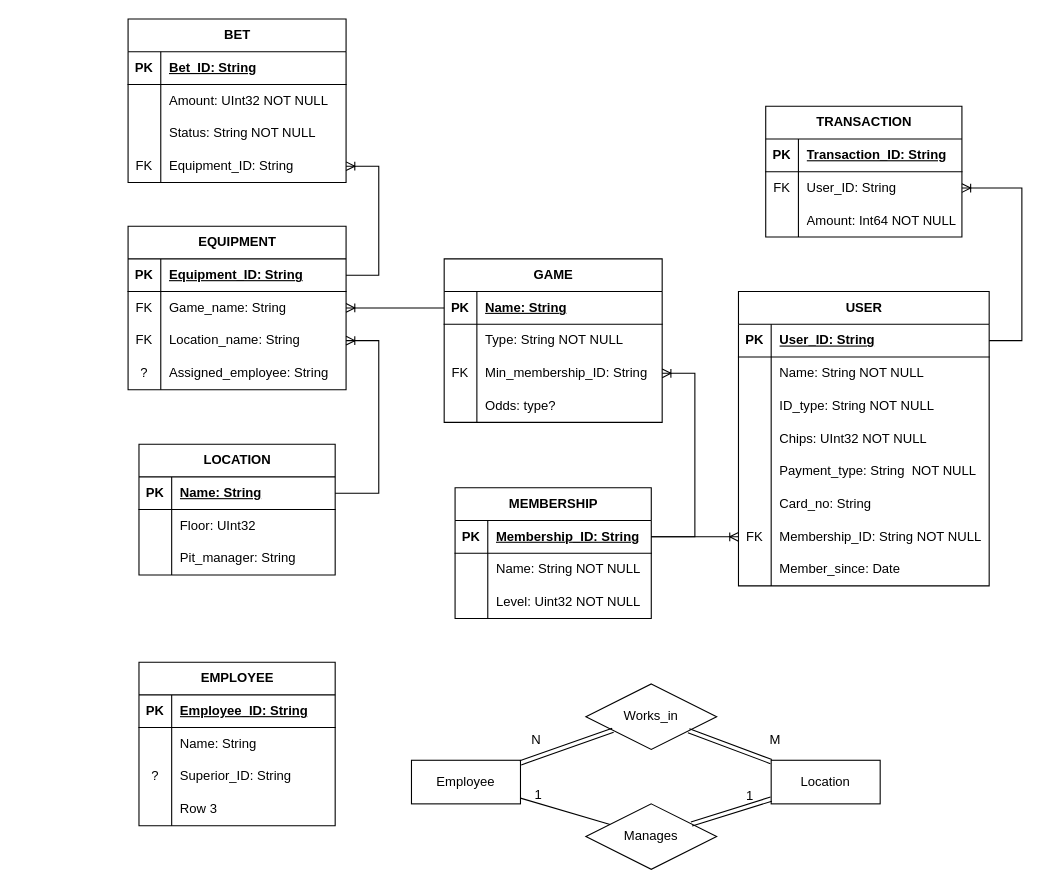
Earlier version of the draw.io diagram docs/CasinoDB.drawio (drussillo/CasinoDB). Source tidied: cells renumbered, new cells numbered last; positions are measured from the earlier drawing's top-left corner, leaving out a move shared by most shapes. Both pictures are drawn from the tidied source at 109%, with x=0, y=0 at pixel (128, 19).
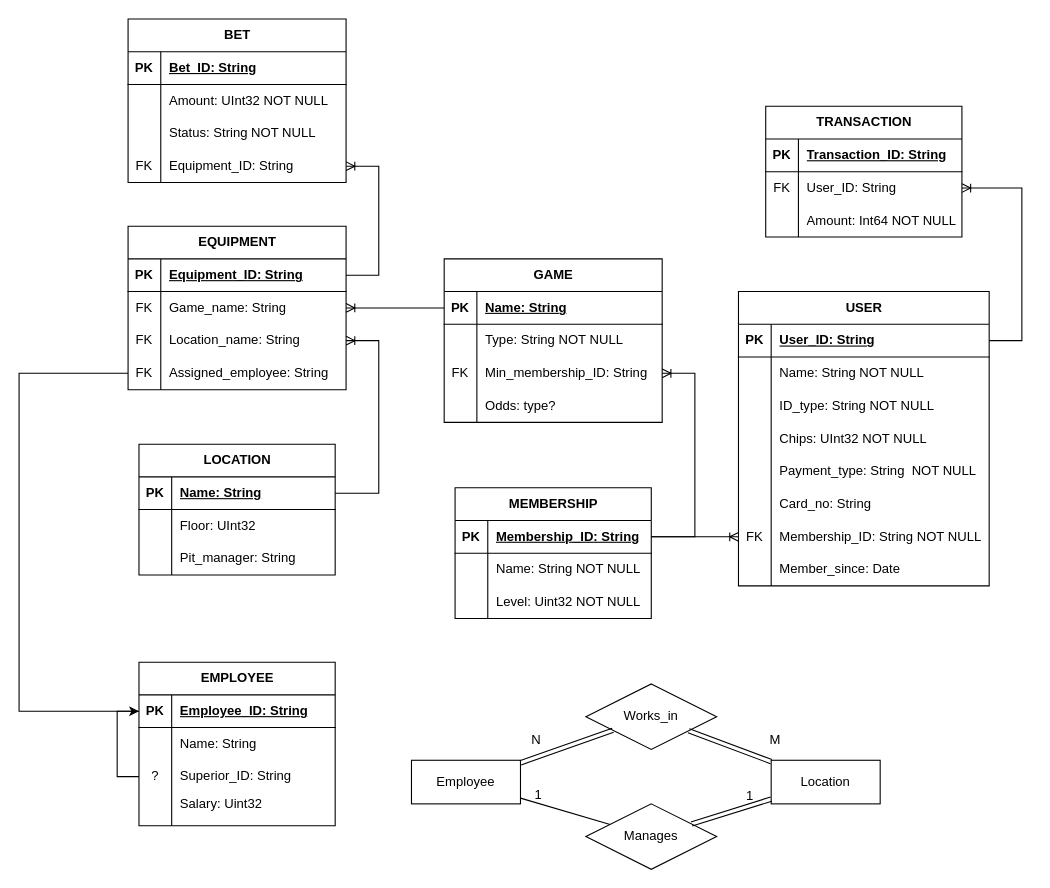
The same diagram, later.

Commit message:
Correctly uploaded updates to schema

Unchanged cells that the change refers to:
```xml
<mxCell id="50" style="shape=tableRow;horizontal=0;startSize=0;swimlaneHead=0;swimlaneBody=0;fillColor=none;points=[[0,0.5],[1,0.5]];portConstraint=eastwest;top=0;left=0;right=0;bottom=0;" parent="40" vertex="1">
  <mxGeometry y="120" width="200" height="30" as="geometry" />
</mxCell>
<mxCell id="64" style="shape=tableRow;horizontal=0;startSize=0;swimlaneHead=0;swimlaneBody=0;fillColor=none;points=[[0,0.5],[1,0.5]];portConstraint=eastwest;top=0;left=0;right=0;bottom=1;" parent="63" vertex="1">
  <mxGeometry y="30" width="180" height="30" as="geometry" />
</mxCell>
<mxCell id="70" style="shape=tableRow;horizontal=0;startSize=0;swimlaneHead=0;swimlaneBody=0;fillColor=none;points=[[0,0.5],[1,0.5]];portConstraint=eastwest;top=0;left=0;right=0;bottom=0;" parent="63" vertex="1">
  <mxGeometry y="90" width="180" height="30" as="geometry" />
</mxCell>
<mxCell id="73" style="shape=tableRow;horizontal=0;startSize=0;swimlaneHead=0;swimlaneBody=0;fillColor=none;top=0;left=0;right=0;bottom=0;" parent="63" vertex="1">
  <mxGeometry y="120" width="180" height="30" as="geometry" />
</mxCell>
```

What changed in the source:
```diff
@@
+    <mxCell id="127" style="edgeStyle=orthogonalEdgeStyle;rounded=0;jettySize=auto;html=1;exitX=0;exitY=0.5;exitDx=0;exitDy=0;entryX=0;entryY=0.5;entryDx=0;entryDy=0;" parent="1" edge="1" source="70" target="64">
+      <mxGeometry relative="1" as="geometry" />
+    </mxCell>
@@
-    <mxCell id="51" value="?" style="shape=partialRectangle;fillColor=none;top=0;left=0;bottom=0;right=0;overflow=hidden;whiteSpace=wrap;html=1;" parent="50" vertex="1">
+    <mxCell id="51" value="FK" style="shape=partialRectangle;fillColor=none;top=0;left=0;bottom=0;right=0;overflow=hidden;whiteSpace=wrap;html=1;" parent="50" vertex="1">
       <mxGeometry width="30" height="30" as="geometry" />
     </mxCell>
@@
-    <mxCell id="75" value="Row 3" style="shape=partialRectangle;fillColor=none;top=0;left=0;bottom=0;right=0;align=left;spacingLeft=6;overflow=hidden;whiteSpace=wrap;html=1;" parent="73" vertex="1">
+    <mxCell id="75" value="Salary: Uint32&lt;div&gt;&lt;br&gt;&lt;/div&gt;" style="shape=partialRectangle;fillColor=none;top=0;left=0;bottom=0;right=0;align=left;spacingLeft=6;overflow=hidden;whiteSpace=wrap;html=1;" parent="73" vertex="1">
       <mxGeometry x="30" width="150" height="30" as="geometry" />
     </mxCell>
@@
+    <mxCell id="128" style="endArrow=none;html=1;rounded=0;entryX=0;entryY=0.5;entryDx=0;entryDy=0;exitX=0;exitY=0.5;exitDx=0;exitDy=0;" parent="1" edge="1" source="64" target="50">
+      <mxGeometry relative="1" as="geometry">
+        <Array as="points">
+          <mxPoint x="-100" y="635" />
+          <mxPoint x="-100" y="480" />
+          <mxPoint x="-100" y="325" />
+        </Array>
+      </mxGeometry>
+    </mxCell>
```
